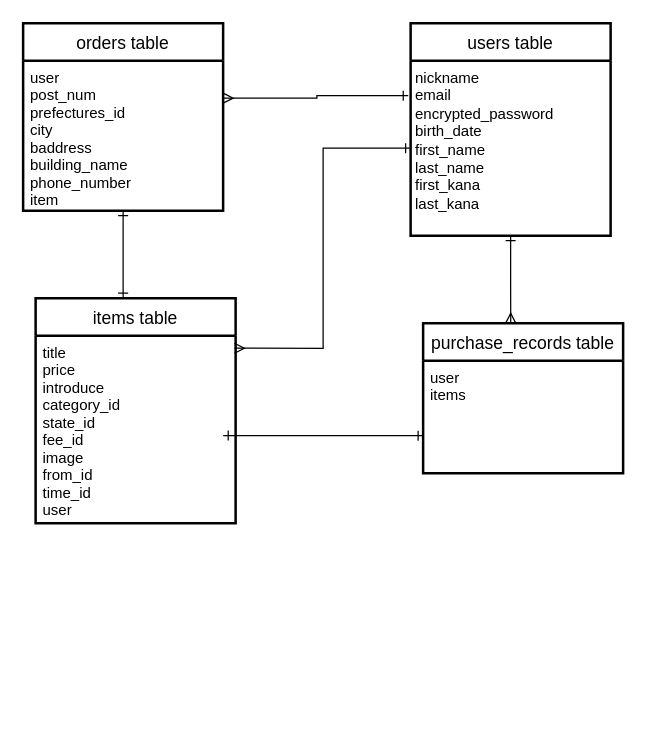
Before: er.dio in tomi-moto/furima-35525, a draw.io diagram. Source tidied: cells renumbered, new cells numbered last; positions are measured from the earlier drawing's top-left corner, leaving out a move shared by most shapes. Both pictures are drawn from the tidied source at 125%, with x=0, y=0 at pixel (22, 22).
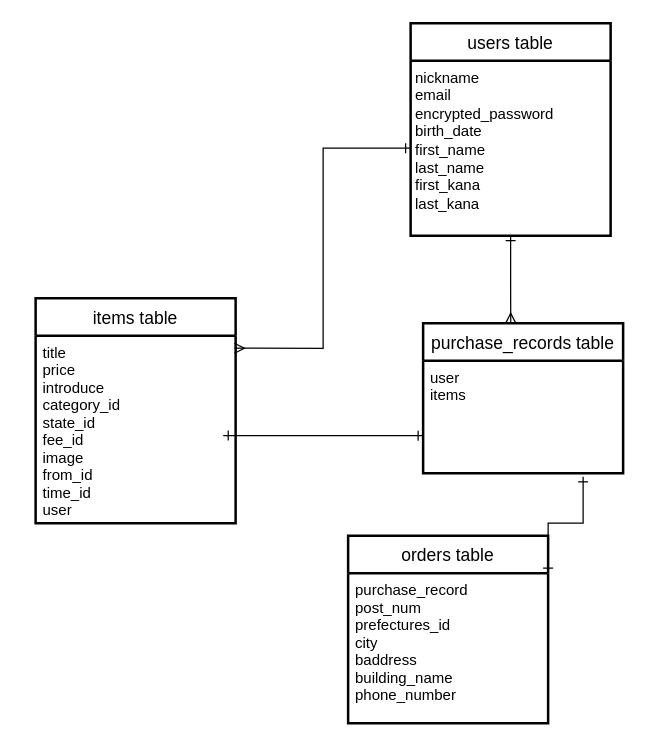
The same diagram, later.

The edit, as a diff of the source:
```diff
@@
 <mxGraphModel>
   <root>
     <mxCell id="0" />
     <mxCell id="1" parent="0" />
     <mxCell id="2" value="users table" style="swimlane;horizontal=1;startSize=30;rounded=1;fontSize=14;fontStyle=0;strokeWidth=2;shadow=0;dashed=0;align=center;arcSize=0;verticalAlign=middle;" parent="1" vertex="1">
       <mxGeometry x="310" width="160" height="170" as="geometry" />
     </mxCell>
     <mxCell id="3" value="nickname&lt;br&gt;email&lt;br&gt;encrypted_password&lt;br&gt;birth_date&lt;br&gt;first_name&lt;br&gt;last_name&lt;br&gt;first_kana&lt;br&gt;last_kana" style="text;html=1;align=left;verticalAlign=top;points=[];spacingLeft=2;" parent="2" vertex="1">
       <mxGeometry y="30" width="160" height="140" as="geometry" />
     </mxCell>
     <mxCell id="4" value="items table" style="swimlane;horizontal=1;startSize=30;rounded=1;fontSize=14;fontStyle=0;strokeWidth=2;shadow=0;dashed=0;align=center;arcSize=0;" parent="1" vertex="1">
       <mxGeometry x="10" y="220" width="160" height="180" as="geometry" />
     </mxCell>
     <mxCell id="5" value="title&#10;price&#10;introduce&#10;category_id&#10;state_id&#10;fee_id&#10;image&#10;from_id&#10;time_id&#10;user" style="align=left;strokeColor=none;fillColor=none;spacingLeft=4;fontSize=12;verticalAlign=top;" parent="4" vertex="1">
       <mxGeometry y="30" width="160" height="150" as="geometry" />
     </mxCell>
     <mxCell id="6" value="orders table" style="swimlane;horizontal=1;startSize=30;rounded=1;fontSize=14;fontStyle=0;strokeWidth=2;shadow=0;dashed=0;align=center;arcSize=0;" parent="1" vertex="1">
-      <mxGeometry width="160" height="150" as="geometry" />
+      <mxGeometry x="260" y="410" width="160" height="150" as="geometry" />
     </mxCell>
-    <mxCell id="7" value="user&#10;post_num&#10;prefectures_id&#10;city&#10;baddress&#10;building_name&#10;phone_number&#10;item" style="align=left;strokeColor=none;fillColor=none;spacingLeft=4;fontSize=12;verticalAlign=top;" parent="6" vertex="1">
+    <mxCell id="7" value="purchase_record&#10;post_num&#10;prefectures_id&#10;city&#10;baddress&#10;building_name&#10;phone_number&#10;" style="align=left;strokeColor=none;fillColor=none;spacingLeft=4;fontSize=12;verticalAlign=top;" parent="6" vertex="1">
       <mxGeometry y="30" width="160" height="120" as="geometry" />
     </mxCell>
     <mxCell id="8" style="edgeStyle=orthogonalEdgeStyle;rounded=0;jettySize=auto;html=1;exitX=0;exitY=0.75;exitDx=0;exitDy=0;entryX=0.938;entryY=0.533;entryDx=0;entryDy=0;entryPerimeter=0;startArrow=ERone;startFill=0;endArrow=ERone;endFill=0;" parent="1" edge="1" source="9" target="5">
       <mxGeometry relative="1" as="geometry" />
     </mxCell>
     <mxCell id="9" value="purchase_records table" style="swimlane;horizontal=1;startSize=30;rounded=1;fontSize=14;fontStyle=0;strokeWidth=2;shadow=0;dashed=0;align=center;arcSize=0;" parent="1" vertex="1">
       <mxGeometry x="320" y="240" width="160" height="120" as="geometry" />
     </mxCell>
-    <mxCell id="10" value="user&#10;items" style="align=left;strokeColor=none;fillColor=none;spacingLeft=4;fontSize=12;verticalAlign=top;" parent="9" vertex="1">
+    <mxCell id="10" value="user&#10;items&#10;" style="align=left;strokeColor=none;fillColor=none;spacingLeft=4;fontSize=12;verticalAlign=top;" parent="9" vertex="1">
       <mxGeometry y="30" width="160" height="90" as="geometry" />
     </mxCell>
-    <mxCell id="11" style="edgeStyle=orthogonalEdgeStyle;rounded=0;jettySize=auto;html=1;exitX=1;exitY=0.25;exitDx=0;exitDy=0;entryX=-0.012;entryY=0.2;entryDx=0;entryDy=0;entryPerimeter=0;startArrow=ERmany;startFill=0;endArrow=ERone;endFill=0;" parent="1" edge="1" source="7" target="3">
-      <mxGeometry relative="1" as="geometry" />
-    </mxCell>
     <mxCell id="12" style="edgeStyle=orthogonalEdgeStyle;rounded=0;jettySize=auto;html=1;entryX=0.438;entryY=0;entryDx=0;entryDy=0;entryPerimeter=0;startArrow=ERone;startFill=0;endArrow=ERmany;endFill=0;" parent="1" edge="1" source="3" target="9">
       <mxGeometry relative="1" as="geometry" />
     </mxCell>
-    <mxCell id="13" style="edgeStyle=orthogonalEdgeStyle;rounded=0;jettySize=auto;html=1;startArrow=ERone;startFill=0;endArrow=ERone;endFill=0;" parent="1" edge="1" source="7">
-      <mxGeometry relative="1" as="geometry">
-        <mxPoint x="80" y="220" as="targetPoint" />
-      </mxGeometry>
-    </mxCell>
     <mxCell id="14" style="edgeStyle=orthogonalEdgeStyle;rounded=0;jettySize=auto;html=1;entryX=0.994;entryY=0.067;entryDx=0;entryDy=0;entryPerimeter=0;startArrow=ERone;startFill=0;endArrow=ERmany;endFill=0;" parent="1" edge="1" source="3" target="5">
       <mxGeometry relative="1" as="geometry" />
     </mxCell>
+    <mxCell id="15" style="edgeStyle=orthogonalEdgeStyle;rounded=0;jettySize=auto;html=1;exitX=1;exitY=0;exitDx=0;exitDy=0;entryX=0.8;entryY=1.033;entryDx=0;entryDy=0;entryPerimeter=0;startArrow=ERone;startFill=0;endArrow=ERone;endFill=0;" parent="1" edge="1" source="7" target="10">
+      <mxGeometry relative="1" as="geometry" />
+    </mxCell>
   </root>
 </mxGraphModel>
```
